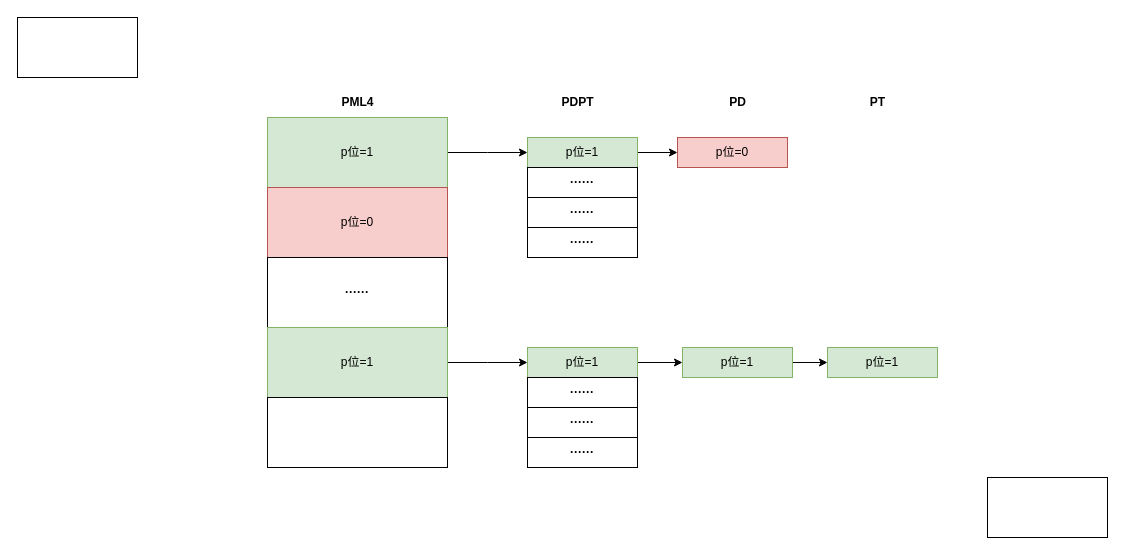
The draw.io diagram testDirectory/未命名绘图.drawio in Moose1273/-, before the edit. Source tidied: cells renumbered, new cells numbered last; positions are measured from the earlier drawing's top-left corner, leaving out a move shared by most shapes. Both pictures are drawn from the tidied source at 100%, with x=0, y=0 at pixel (17, 17).
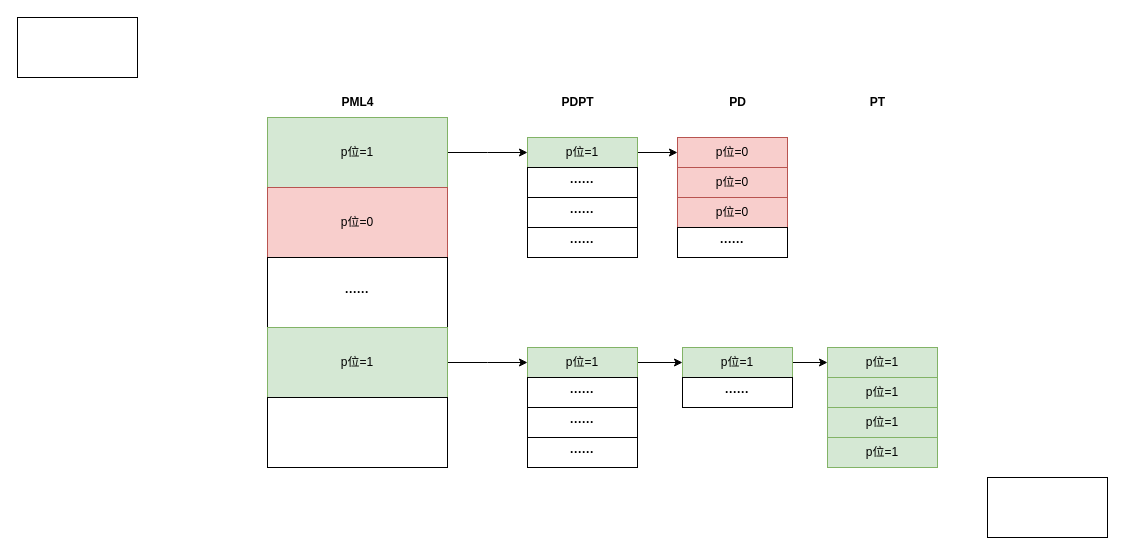
Above is the later version.

Commit message (it also covers changes not shown here):
更新未命名绘图.drawio

The edit, as a diff of the source:
```diff
@@
+    <mxCell id="29" value="p位=0" style="rounded=0;whiteSpace=wrap;html=1;fillColor=#f8cecc;strokeColor=#b85450;" parent="1" vertex="1">
+      <mxGeometry x="660" y="150" width="110" height="30" as="geometry" />
+    </mxCell>
+    <mxCell id="30" value="p位=0" style="rounded=0;whiteSpace=wrap;html=1;fillColor=#f8cecc;strokeColor=#b85450;" parent="1" vertex="1">
+      <mxGeometry x="660" y="180" width="110" height="30" as="geometry" />
+    </mxCell>
+    <mxCell id="31" value="&lt;b&gt;······&lt;/b&gt;" style="rounded=0;whiteSpace=wrap;html=1;" parent="1" vertex="1">
+      <mxGeometry x="660" y="210" width="110" height="30" as="geometry" />
+    </mxCell>
+    <mxCell id="32" value="&lt;b&gt;······&lt;/b&gt;" style="rounded=0;whiteSpace=wrap;html=1;" parent="1" vertex="1">
+      <mxGeometry x="665" y="360" width="110" height="30" as="geometry" />
+    </mxCell>
+    <mxCell id="33" value="p位=1" style="rounded=0;whiteSpace=wrap;html=1;fillColor=#d5e8d4;strokeColor=#82b366;" parent="1" vertex="1">
+      <mxGeometry x="810" y="360" width="110" height="30" as="geometry" />
+    </mxCell>
+    <mxCell id="34" value="p位=1" style="rounded=0;whiteSpace=wrap;html=1;fillColor=#d5e8d4;strokeColor=#82b366;" parent="1" vertex="1">
+      <mxGeometry x="810" y="390" width="110" height="30" as="geometry" />
+    </mxCell>
+    <mxCell id="35" value="p位=1" style="rounded=0;whiteSpace=wrap;html=1;fillColor=#d5e8d4;strokeColor=#82b366;" parent="1" vertex="1">
+      <mxGeometry x="810" y="420" width="110" height="30" as="geometry" />
+    </mxCell>
```
